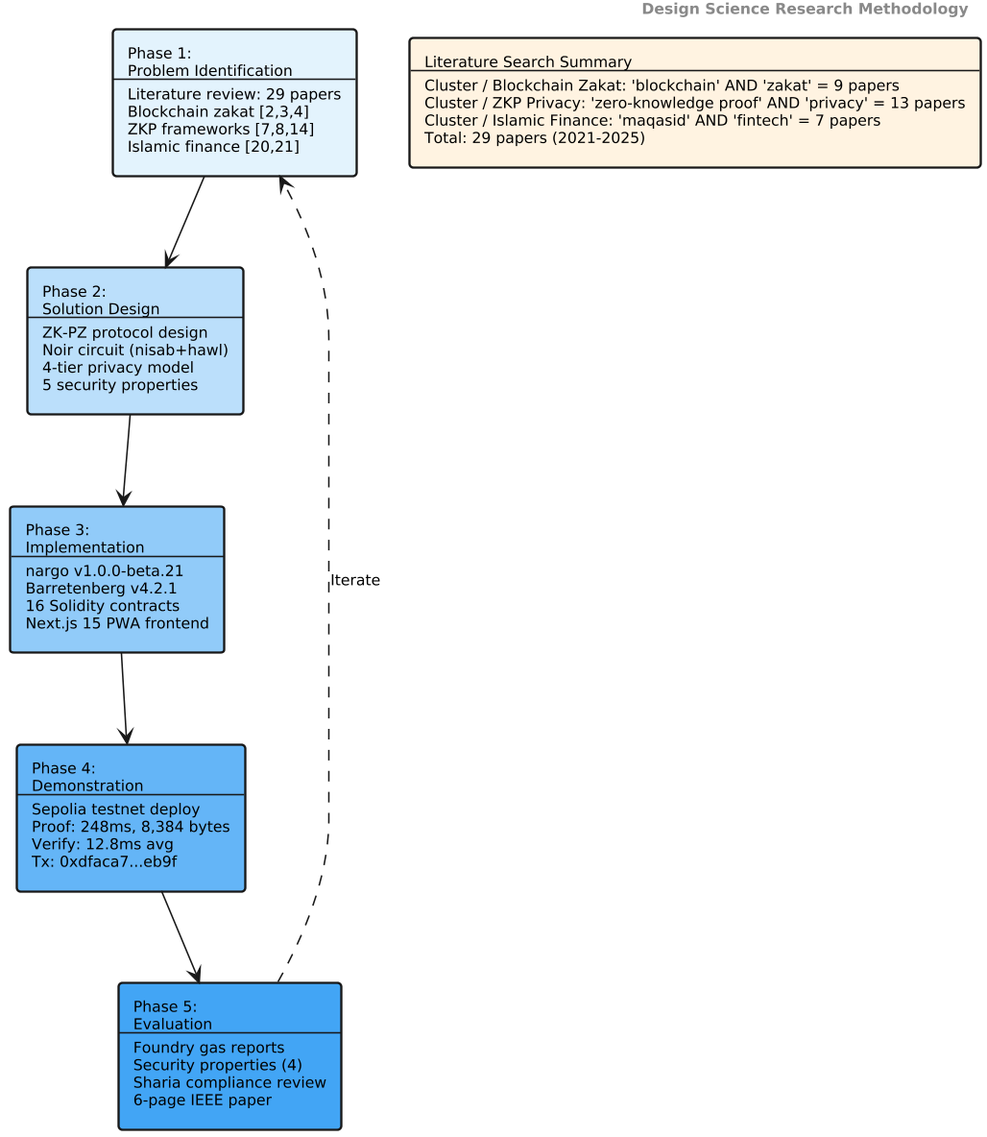
Before: research_methodology.png, a diagram exported from PlantUML (tawf-labs/zkt-research). The source it was exported from:
```plantuml
@startuml
skinparam backgroundColor #FEFEFE
skinparam shadowing false
skinparam defaultFontName Times-Roman
skinparam defaultFontSize 10
skinparam rectangleBorderThickness 1.5
skinparam dpi 150

header <b>Design Science Research Methodology</b>

rectangle "Phase 1:\nProblem Identification\n--\nLiterature review: 29 papers\nBlockchain zakat [2,3,4]\nZKP frameworks [7,8,14]\nIslamic finance [20,21]" as P1 #E3F2FD
rectangle "Phase 2:\nSolution Design\n--\nZK-PZ protocol design\nNoir circuit (nisab+hawl)\n4-tier privacy model\n5 security properties" as P2 #BBDEFB
rectangle "Phase 3:\nImplementation\n--\nnargo v1.0.0-beta.21\nBarretenberg v4.2.1\n16 Solidity contracts\nNext.js 15 PWA frontend" as P3 #90CAF9
rectangle "Phase 4:\nDemonstration\n--\nSepolia testnet deploy\nProof: 248ms, 8,384 bytes\nVerify: 12.8ms avg\nTx: 0xdfaca7...eb9f" as P4 #64B5F6
rectangle "Phase 5:\nEvaluation\n--\nFoundry gas reports\nSecurity properties (4)\nSharia compliance review\n6-page IEEE paper" as P5 #42A5F5

P1 --> P2
P2 --> P3
P3 --> P4
P4 --> P5
P5 ..> P1 : Iterate

rectangle "Literature Search Summary\n--\nCluster / Blockchain Zakat: 'blockchain' AND 'zakat' = 9 papers\nCluster / ZKP Privacy: 'zero-knowledge proof' AND 'privacy' = 13 papers\nCluster / Islamic Finance: 'maqasid' AND 'fintech' = 7 papers\nTotal: 29 papers (2021-2025)" as SUMMARY #FFF3E0

@enduml
```
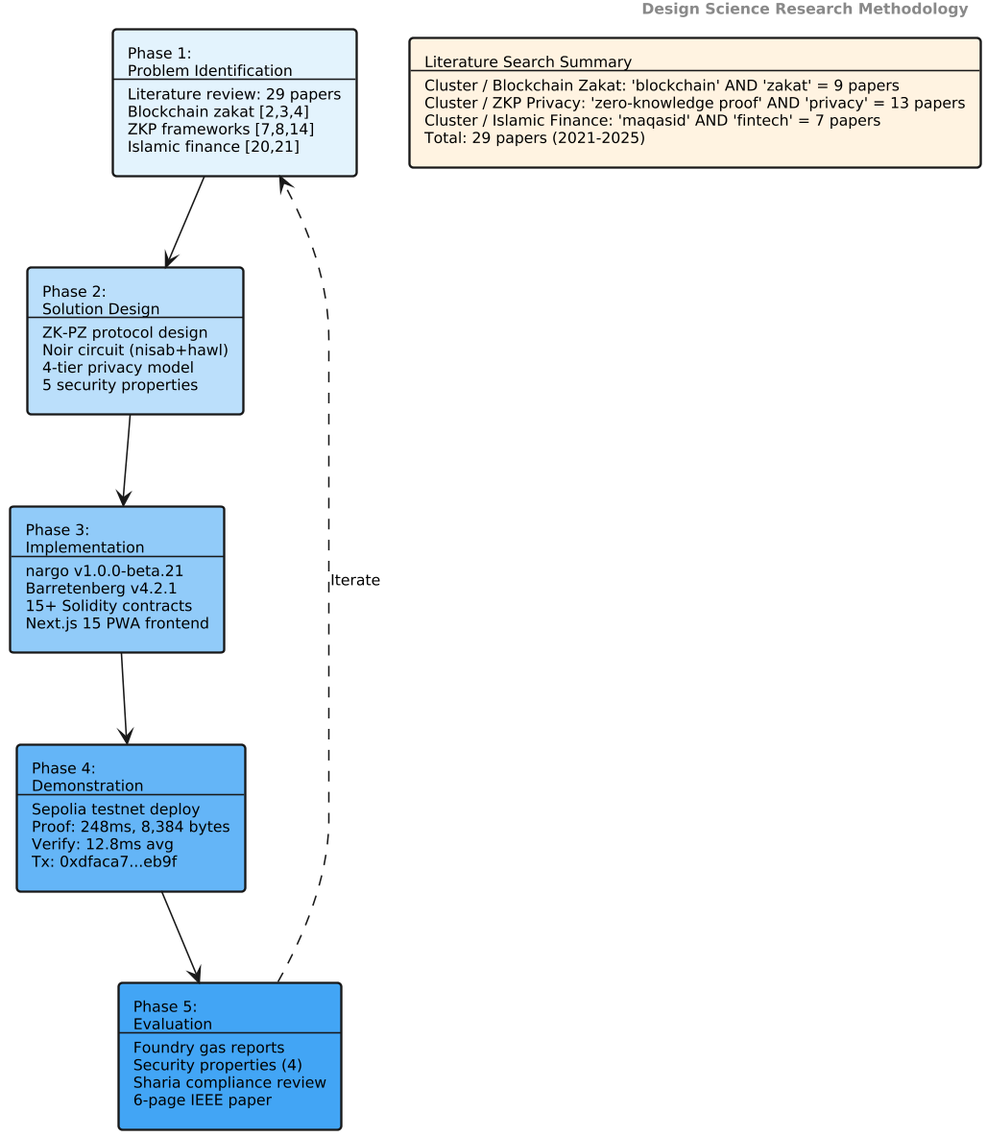
Later version of the same file.

What changed in the source:
```diff
@@ -10,7 +10,7 @@
 
 rectangle "Phase 1:\nProblem Identification\n--\nLiterature review: 29 papers\nBlockchain zakat [2,3,4]\nZKP frameworks [7,8,14]\nIslamic finance [20,21]" as P1 #E3F2FD
 rectangle "Phase 2:\nSolution Design\n--\nZK-PZ protocol design\nNoir circuit (nisab+hawl)\n4-tier privacy model\n5 security properties" as P2 #BBDEFB
-rectangle "Phase 3:\nImplementation\n--\nnargo v1.0.0-beta.21\nBarretenberg v4.2.1\n16 Solidity contracts\nNext.js 15 PWA frontend" as P3 #90CAF9
+rectangle "Phase 3:\nImplementation\n--\nnargo v1.0.0-beta.21\nBarretenberg v4.2.1\n15+ Solidity contracts\nNext.js 15 PWA frontend" as P3 #90CAF9
 rectangle "Phase 4:\nDemonstration\n--\nSepolia testnet deploy\nProof: 248ms, 8,384 bytes\nVerify: 12.8ms avg\nTx: 0xdfaca7...eb9f" as P4 #64B5F6
 rectangle "Phase 5:\nEvaluation\n--\nFoundry gas reports\nSecurity properties (4)\nSharia compliance review\n6-page IEEE paper" as P5 #42A5F5
 
```
